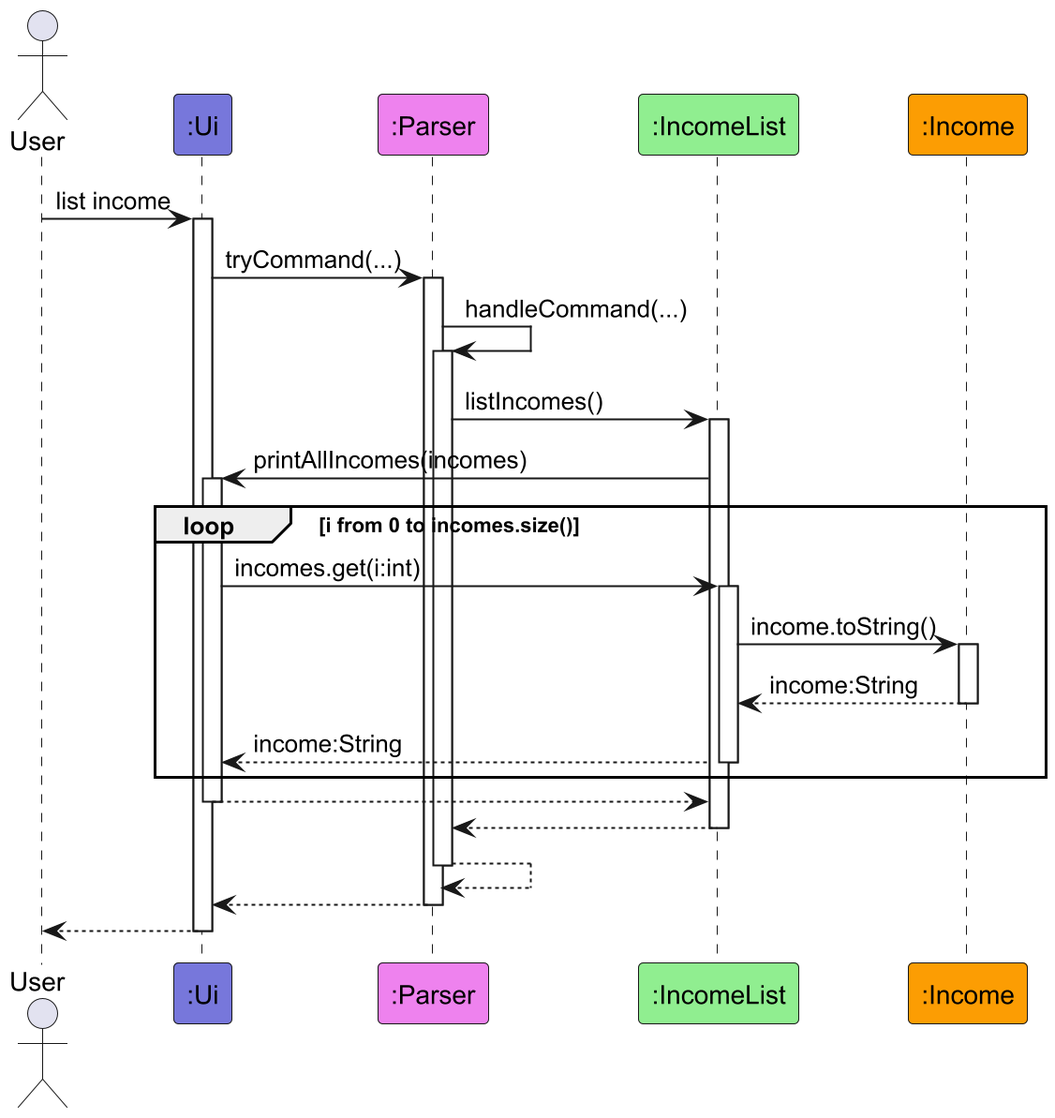
The PlantUML diagram docs/diagrams/income/ListIncomeSequenceDiagram.png in AY2526S1-CS2113-T10-1/tp, before a commit. Its source is kept beside it as docs/uml/income/ListIncomeSequenceDiagram.puml.
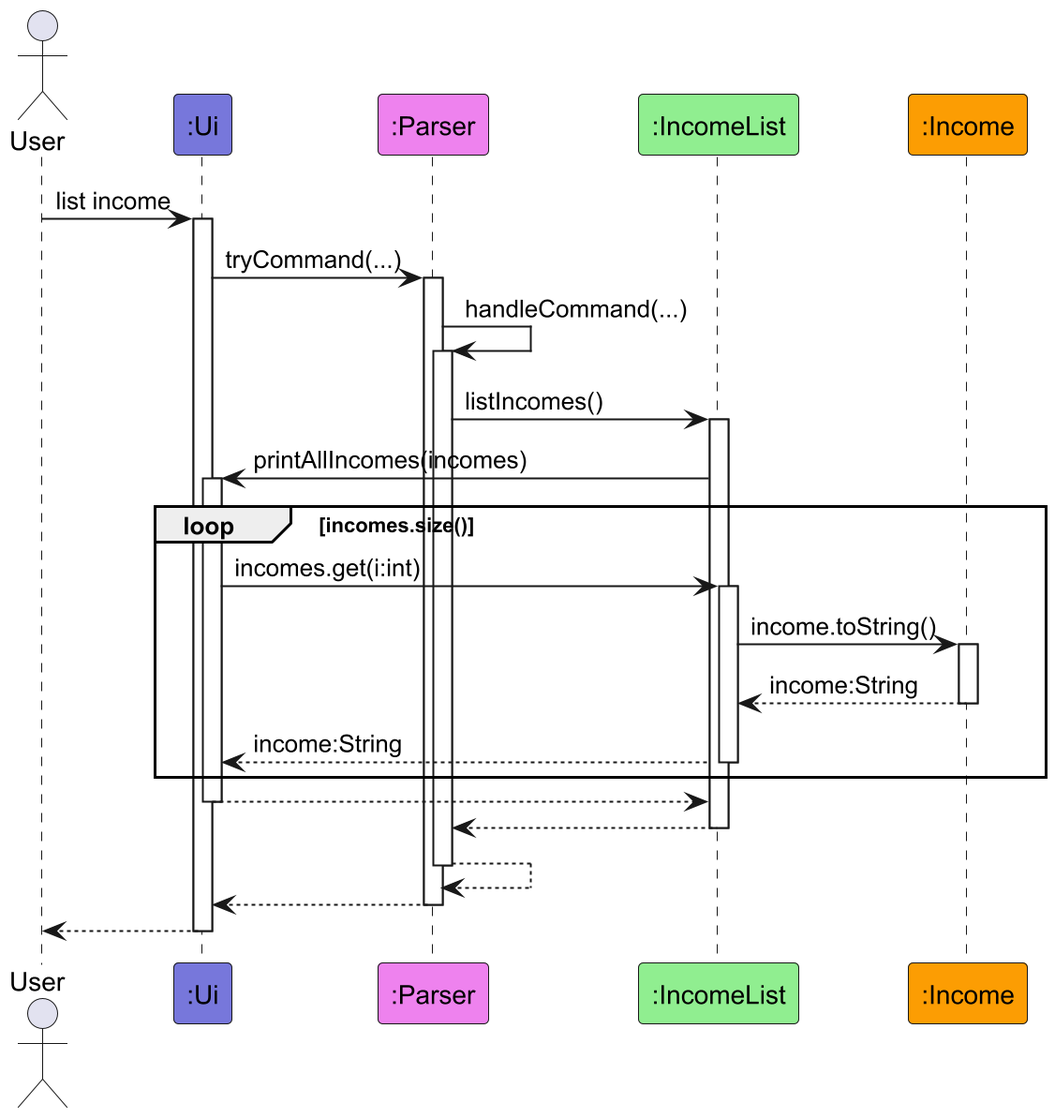
The same file after the commit.

What changed in the source:
```diff
@@ -17,7 +17,7 @@
 Parser -> IncomeList ++: listIncomes()
 
 IncomeList -> Ui ++: printAllIncomes(incomes)
-loop i from 0 to incomes.size()
+loop incomes.size()
     Ui -> IncomeList ++: incomes.get(i:int)
     IncomeList -> Income ++: income.toString()
     return income:String
```
